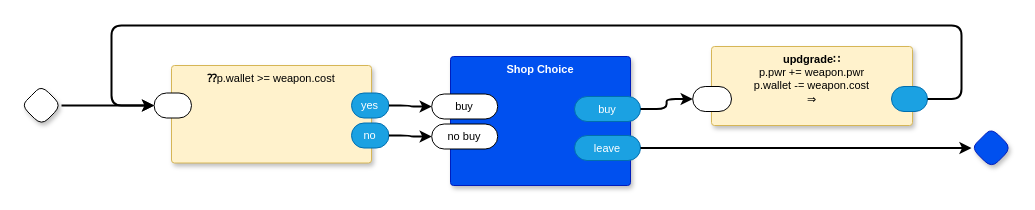
This is page "Shop" (4 of 20) of dc0d.drawio from guitarvydas/dc0d, a draw.io file, before an edit. Source tidied: cells renumbered, new cells numbered last; positions are measured from the earlier drawing's top-left corner, leaving out a move shared by most shapes. Both pictures are drawn from the tidied source at 100%, with x=0, y=0 at pixel (21, 25).
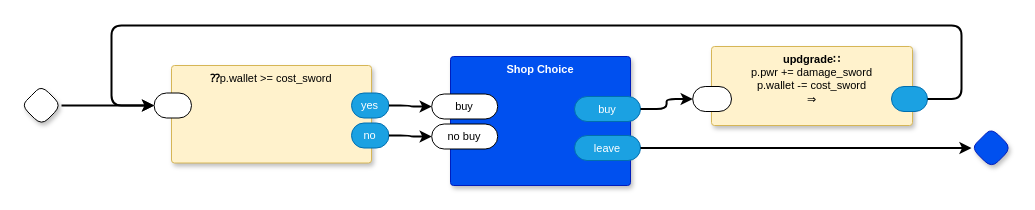
The same page after the edit.

Diff of the diagram source:
```diff
@@
-    <mxCell id="2" value="&lt;b style=&quot;border-color: var(--border-color);&quot;&gt;updgrade∷&lt;br&gt;&lt;/b&gt;p.pwr += weapon.pwr&lt;br&gt;p.wallet -= weapon.cost&lt;br&gt;⇒" style="rounded=1;whiteSpace=wrap;html=1;sketch=0;verticalAlign=top;arcSize=6;fontStyle=0;absoluteArcSize=1;shadow=1;strokeColor=#d6b656;fillColor=#fff2cc;fontFamily=Helvetica;fontSize=11;" parent="1" vertex="1">
+    <mxCell id="2" value="&lt;b style=&quot;border-color: var(--border-color);&quot;&gt;updgrade∷&lt;br&gt;&lt;/b&gt;p.pwr += damage_sword&lt;br&gt;p.wallet -= cost_sword&lt;br&gt;⇒" style="rounded=1;whiteSpace=wrap;html=1;sketch=0;verticalAlign=top;arcSize=6;fontStyle=0;absoluteArcSize=1;shadow=1;strokeColor=#d6b656;fillColor=#fff2cc;fontFamily=Helvetica;fontSize=11;" parent="1" vertex="1">
       <mxGeometry x="690" y="21" width="201" height="79" as="geometry" />
     </mxCell>
@@
-    <mxCell id="13" value="&lt;b&gt;⁇&lt;/b&gt;p.wallet &amp;gt;= weapon.cost" style="rounded=1;whiteSpace=wrap;html=1;sketch=0;verticalAlign=top;arcSize=6;fontStyle=0;absoluteArcSize=1;shadow=1;strokeColor=#d6b656;fillColor=#fff2cc;fontFamily=Helvetica;fontSize=11;align=center;spacingLeft=0;" parent="1" vertex="1">
+    <mxCell id="13" value="&lt;b&gt;⁇&lt;/b&gt;p.wallet &amp;gt;= cost_sword" style="rounded=1;whiteSpace=wrap;html=1;sketch=0;verticalAlign=top;arcSize=6;fontStyle=0;absoluteArcSize=1;shadow=1;strokeColor=#d6b656;fillColor=#fff2cc;fontFamily=Helvetica;fontSize=11;align=center;spacingLeft=0;" parent="1" vertex="1">
       <mxGeometry x="150" y="40" width="200" height="97.5" as="geometry" />
     </mxCell>
```
